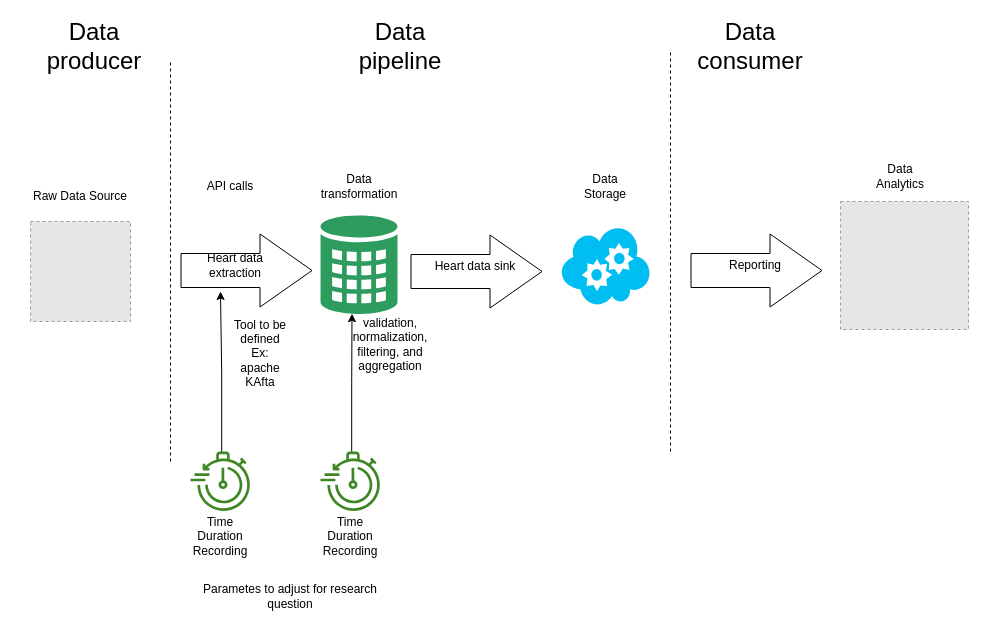
This is Term3/DataPipelineDemo.drawio from JAMota/Applied-Data-Science-and-Statistics, a draw.io file, before an edit. Source tidied: cells renumbered, new cells numbered last; positions are measured from the earlier drawing's top-left corner, leaving out a move shared by most shapes. Both pictures are drawn from the tidied source at 100%, with x=0, y=0 at pixel (17, 31). Pictures stored in the file or linked from it are replaced by grey dashed boxes.
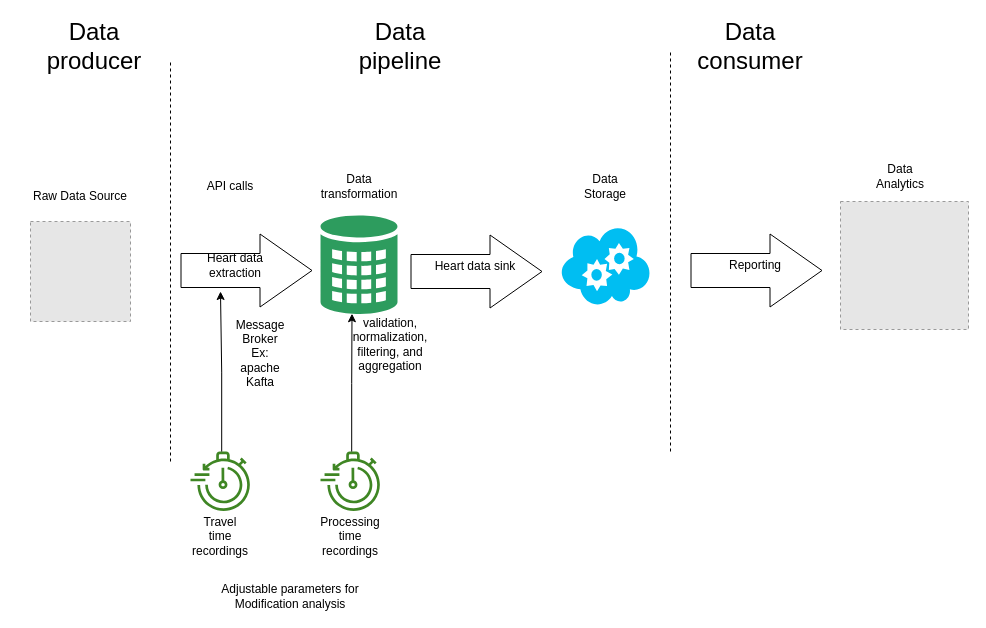
The same page after the edit.

The change refers to these unchanged cells:
```xml
<mxCell id="31" style="group;" parent="1" vertex="1">
  <mxGeometry x="173" y="420" width="62.4" height="100" as="geometry" />
</mxCell>
<mxCell id="35" style="group;" parent="1" vertex="1">
  <mxGeometry x="303" y="420" width="62.4" height="100" as="geometry" />
</mxCell>
```

Change to the diagram source:
```diff
@@
-    <mxCell id="5" value="Tool to be defined&lt;br&gt;Ex: apache KAfta" style="text;html=1;strokeColor=none;fillColor=none;align=center;verticalAlign=middle;whiteSpace=wrap;rounded=0;" parent="1" vertex="1">
+    <mxCell id="5" value="Message Broker&lt;br&gt;Ex: apache Kafta" style="text;html=1;strokeColor=none;fillColor=none;align=center;verticalAlign=middle;whiteSpace=wrap;rounded=0;" parent="1" vertex="1">
       <mxGeometry x="213" y="274" width="60" height="96" as="geometry" />
     </mxCell>
@@
-    <mxCell id="32" value="Time Duration Recording" style="text;html=1;strokeColor=none;fillColor=none;align=center;verticalAlign=middle;whiteSpace=wrap;rounded=0;" parent="31" vertex="1">
+    <mxCell id="32" value="Travel time recordings" style="text;html=1;strokeColor=none;fillColor=none;align=center;verticalAlign=middle;whiteSpace=wrap;rounded=0;" parent="31" vertex="1">
       <mxGeometry y="70" width="60" height="30" as="geometry" />
     </mxCell>
@@
-    <mxCell id="36" value="Time Duration Recording" style="text;html=1;strokeColor=none;fillColor=none;align=center;verticalAlign=middle;whiteSpace=wrap;rounded=0;" parent="35" vertex="1">
+    <mxCell id="36" value="Processing time recordings" style="text;html=1;strokeColor=none;fillColor=none;align=center;verticalAlign=middle;whiteSpace=wrap;rounded=0;" parent="35" vertex="1">
       <mxGeometry y="70" width="60" height="30" as="geometry" />
     </mxCell>
@@
-    <mxCell id="39" value="Parametes to adjust for research question" style="text;html=1;strokeColor=none;fillColor=none;align=center;verticalAlign=middle;whiteSpace=wrap;rounded=0;" parent="1" vertex="1">
+    <mxCell id="39" value="&lt;div&gt;Adjustable parameters for &lt;br&gt;&lt;/div&gt;&lt;div&gt;Modification analysis&lt;/div&gt;" style="text;html=1;strokeColor=none;fillColor=none;align=center;verticalAlign=middle;whiteSpace=wrap;rounded=0;" parent="1" vertex="1">
       <mxGeometry x="173" y="550" width="200" height="30" as="geometry" />
     </mxCell>
```
